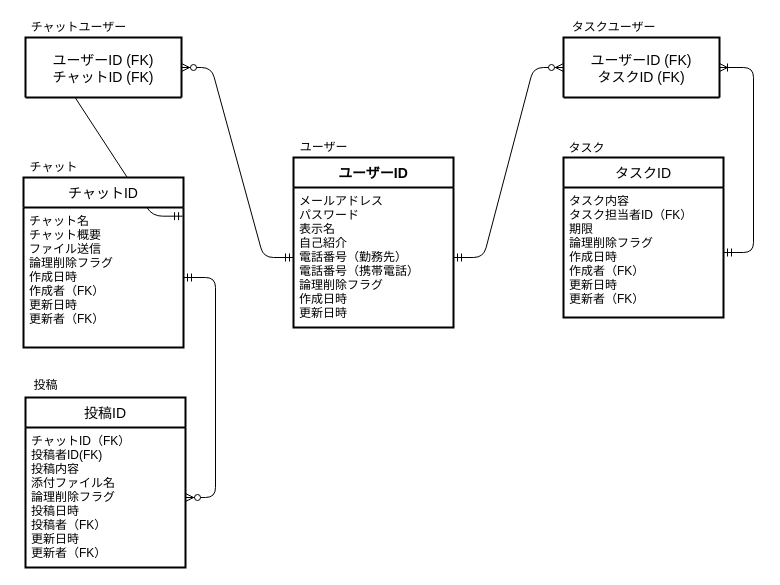
The draw.io diagram db/db-challenge1/db-challenge1.drawio in labotinc/quelcode-db, before the edit. Source tidied: cells renumbered, new cells numbered last; positions are measured from the earlier drawing's top-left corner, leaving out a move shared by most shapes. Both pictures are drawn from the tidied source at 100%, with x=0, y=0 at pixel (23, 17).
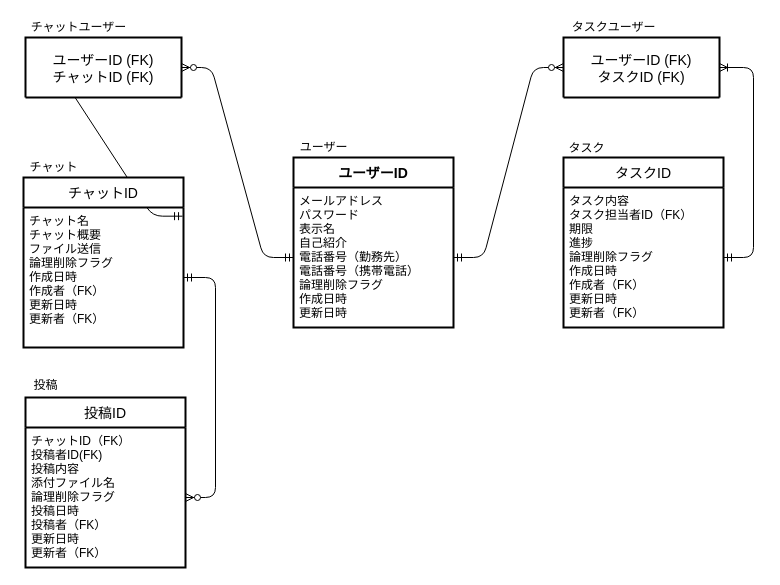
The same page after the edit.

Commit message:
完了かどうかを確認する属性「進捗」の追加

Change to the diagram source:
```diff
@@
     <mxCell id="2" value="タスクID" style="swimlane;horizontal=1;startSize=30;rounded=1;fontSize=14;fontStyle=0;strokeWidth=2;shadow=0;dashed=0;align=center;arcSize=0;" parent="1" vertex="1">
-      <mxGeometry x="540" y="140" width="160" height="160" as="geometry" />
+      <mxGeometry x="540" y="140" width="160" height="170" as="geometry" />
     </mxCell>
-    <mxCell id="3" value="タスク内容&#10;タスク担当者ID（FK）&#10;期限&#10;論理削除フラグ&#10;作成日時&#10;作成者（FK）&#10;更新日時&#10;更新者（FK）&#10;" style="align=left;strokeColor=none;fillColor=none;spacingLeft=4;fontSize=12;verticalAlign=top;" parent="2" vertex="1">
-      <mxGeometry y="30" width="160" height="130" as="geometry" />
+    <mxCell id="3" value="タスク内容&#10;タスク担当者ID（FK）&#10;期限&#10;進捗&#10;論理削除フラグ&#10;作成日時&#10;作成者（FK）&#10;更新日時&#10;更新者（FK）&#10;" style="align=left;strokeColor=none;fillColor=none;spacingLeft=4;fontSize=12;verticalAlign=top;" parent="2" vertex="1">
+      <mxGeometry y="30" width="160" height="140" as="geometry" />
     </mxCell>
```
